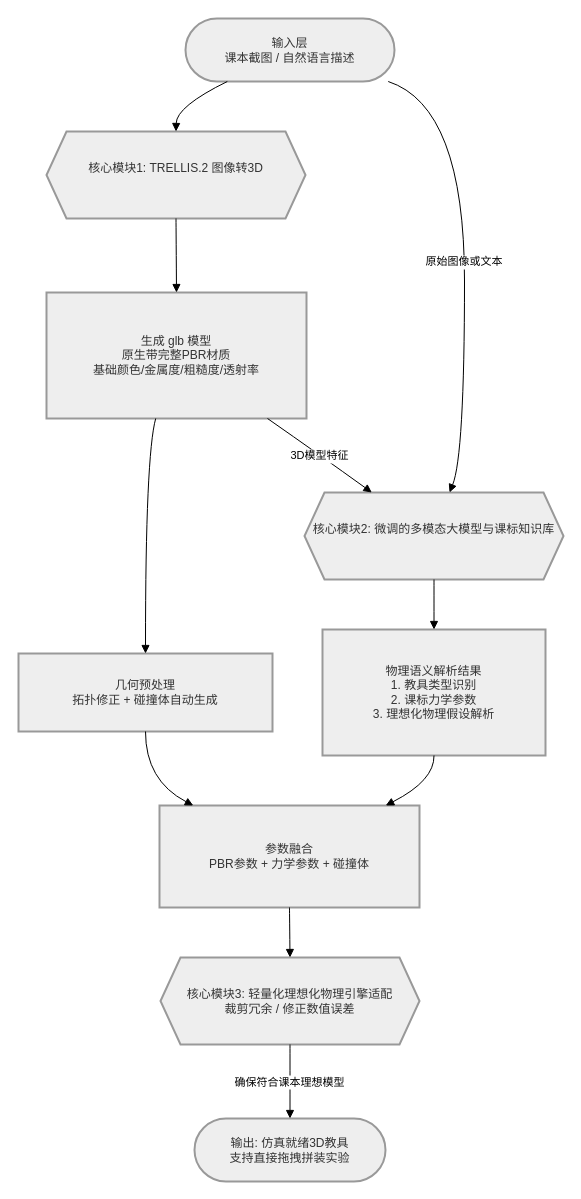
Earlier version of the draw.io diagram 未命名绘图.drawio (Acol4/123). Source tidied: cells renumbered, new cells numbered last; positions are measured from the earlier drawing's top-left corner, leaving out a move shared by most shapes. Both pictures are drawn from the tidied source at 100%, with x=0, y=0 at pixel (18, 18).
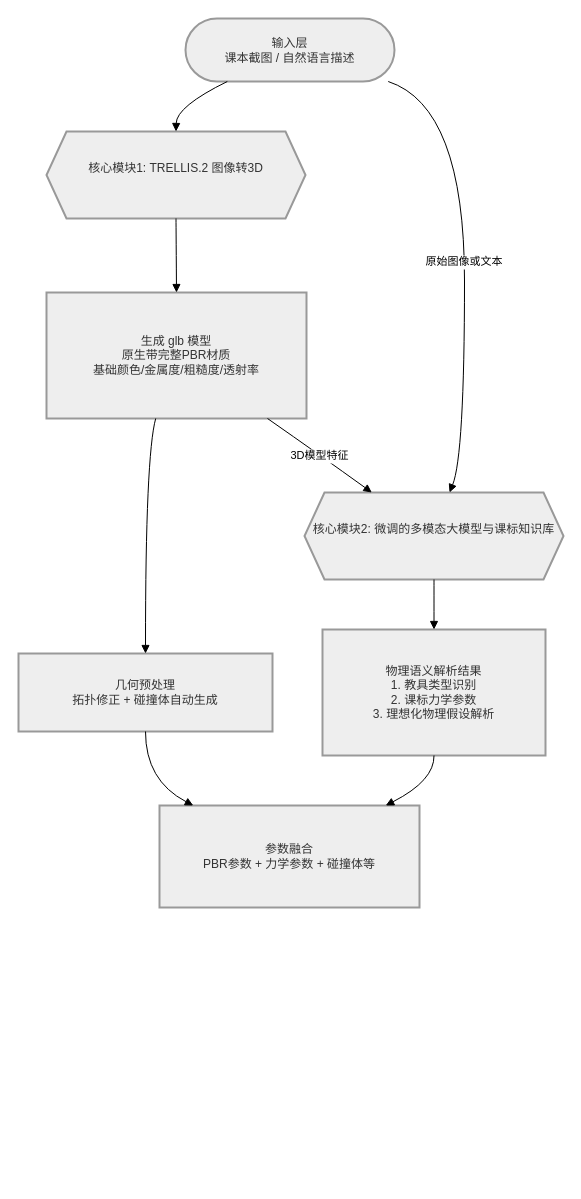
The same page after the edit.

Commit message (it also covers changes not shown here):
更新未命名绘图.drawio

Diff of the diagram source:
```diff
@@
-    <mxCell id="8" value="参数融合&#10;PBR参数 + 力学参数 + 碰撞体" style="whiteSpace=wrap;strokeWidth=2;fillColor=light-dark(#eeeeee,#1f2020);strokeColor=light-dark(#999999,#cccccc);fontColor=light-dark(#333333,#cccccc);" parent="1" vertex="1">
+    <mxCell id="8" value="参数融合&#10;PBR参数 + 力学参数 + 碰撞体等" style="whiteSpace=wrap;strokeWidth=2;fillColor=light-dark(#eeeeee,#1f2020);strokeColor=light-dark(#999999,#cccccc);fontColor=light-dark(#333333,#cccccc);" parent="1" vertex="1">
       <mxGeometry x="141" y="787" width="260" height="102" as="geometry" />
     </mxCell>
-    <mxCell id="9" value="核心模块3: 轻量化理想化物理引擎适配&#10;裁剪冗余 / 修正数值误差" style="shape=hexagon;perimeter=hexagonPerimeter2;fixedSize=1;strokeWidth=2;whiteSpace=wrap;fillColor=light-dark(#eeeeee,#1f2020);strokeColor=light-dark(#999999,#cccccc);fontColor=light-dark(#333333,#cccccc);" parent="1" vertex="1">
-      <mxGeometry x="142" y="939" width="259" height="87" as="geometry" />
-    </mxCell>
-    <mxCell id="10" value="输出: 仿真就绪3D教具&#10;支持直接拖拽拼装实验" style="rounded=1;whiteSpace=wrap;arcSize=50;strokeWidth=2;fillColor=light-dark(#eeeeee,#1f2020);strokeColor=light-dark(#999999,#cccccc);fontColor=light-dark(#333333,#cccccc);" parent="1" vertex="1">
-      <mxGeometry x="176" y="1100" width="191" height="63" as="geometry" />
-    </mxCell>
@@
-    <mxCell id="19" style="curved=1;startArrow=none;endArrow=block;exitX=0.5;exitY=1;entryX=0.5;entryY=0;rounded=0;" parent="1" edge="1" source="8" target="9">
-      <mxGeometry relative="1" as="geometry" />
-    </mxCell>
-    <mxCell id="20" value="确保符合课本理想模型" style="curved=1;startArrow=none;endArrow=block;exitX=0.5;exitY=1;entryX=0.5;entryY=0;rounded=0;" parent="1" edge="1" source="9" target="10">
-      <mxGeometry relative="1" as="geometry" />
-    </mxCell>
```
